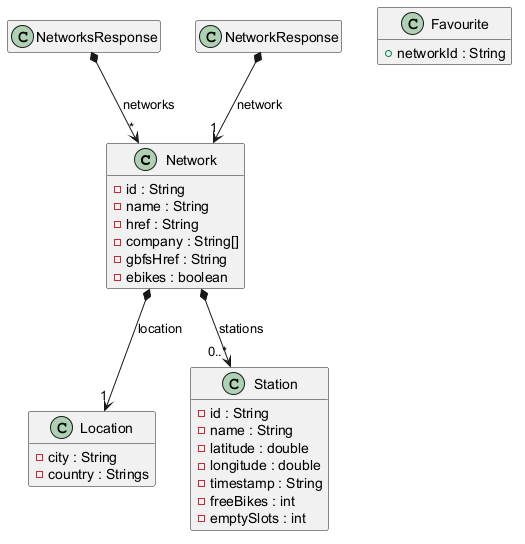
Above: Docs/Models/domain.png in isunican/App-Bicis-Grupo1 (PlantUML), before the change. The source it was exported from:
```plantuml
@startuml

hide empty members

class Network {
    - id : String
    - name : String
    - href : String
    - company : String[]
    - gbfsHref : String
    - ebikes : boolean
}

class Location {
    - city : String
    - country : Strings
}

class Favourite {
    + networkId : String
}

class NetworksResponse {

}

class NetworkResponse {

}

class Station {
    - id : String
    - name : String
    - latitude : double
    - longitude : double
    - timestamp : String
    - freeBikes : int
    - emptySlots : int
}

Network *--> "1" Location : location
Network *--> "0..*" Station : stations
NetworksResponse *--> "*" Network : networks
NetworkResponse *--> "1" Network : network

@enduml
```
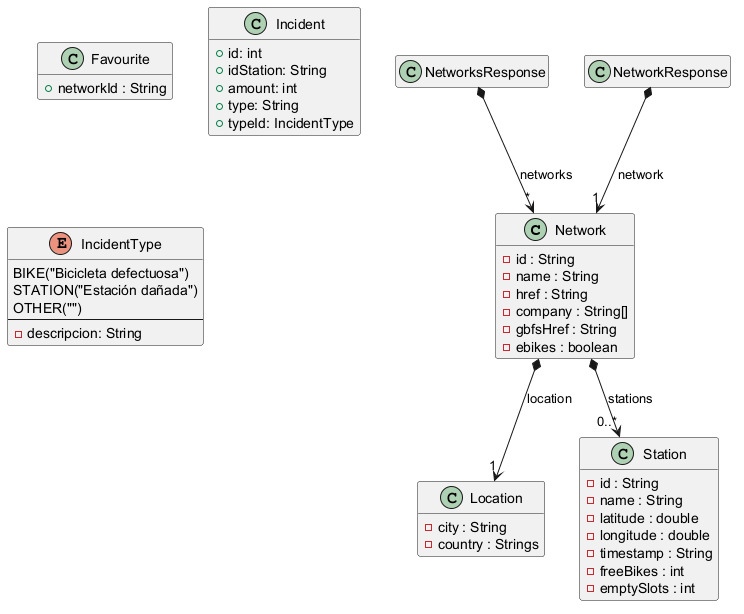
After the commit.

What changed in the source:
```diff
@@ -38,6 +38,22 @@
     - emptySlots : int
 }
 
+class Incident {
+    + id: int
+    + idStation: String
+    + amount: int
+    + type: String
+    + typeId: IncidentType
+}
+
+enum IncidentType {
+    BIKE("Bicicleta defectuosa")
+    STATION("Estación dañada")
+    OTHER("")
+    --
+    - descripcion: String
+}
+
 Network *--> "1" Location : location
 Network *--> "0..*" Station : stations
 NetworksResponse *--> "*" Network : networks
```
